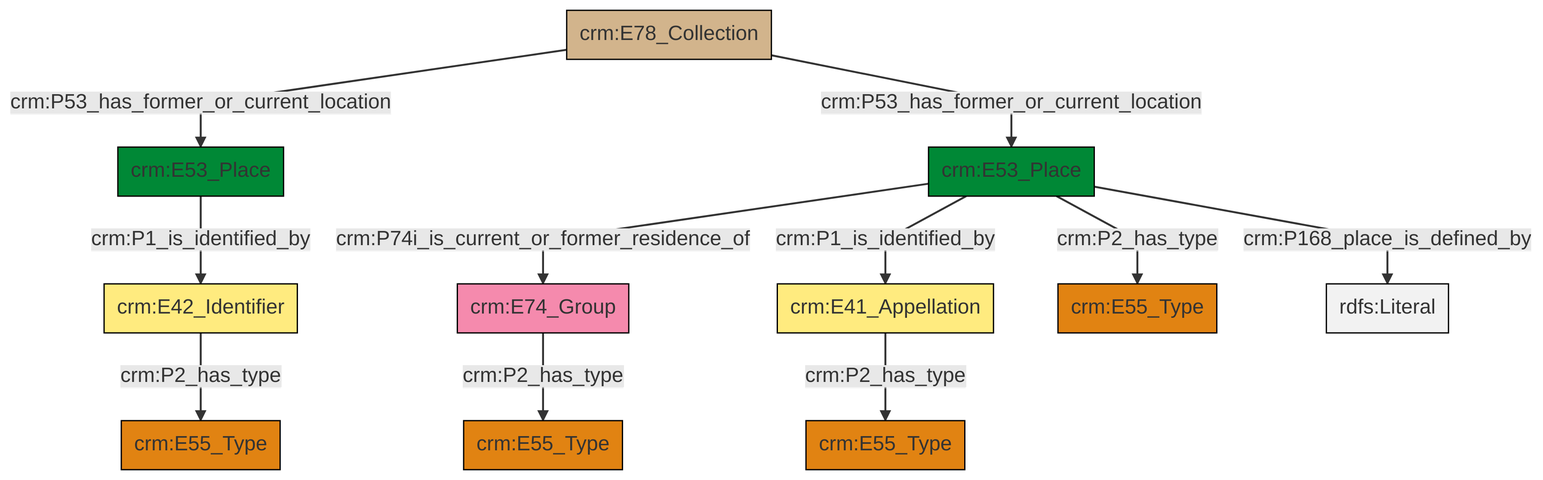
swiss-art-research-net/docs.swissartresearch keeps this Mermaid diagram as et/archivalCSV/ttl/mmd/png/archival_location.png. Above is the earlier version. Its source is kept beside it as et/archivalCSV/ttl/mmd/archival_location.ttl.mmd.
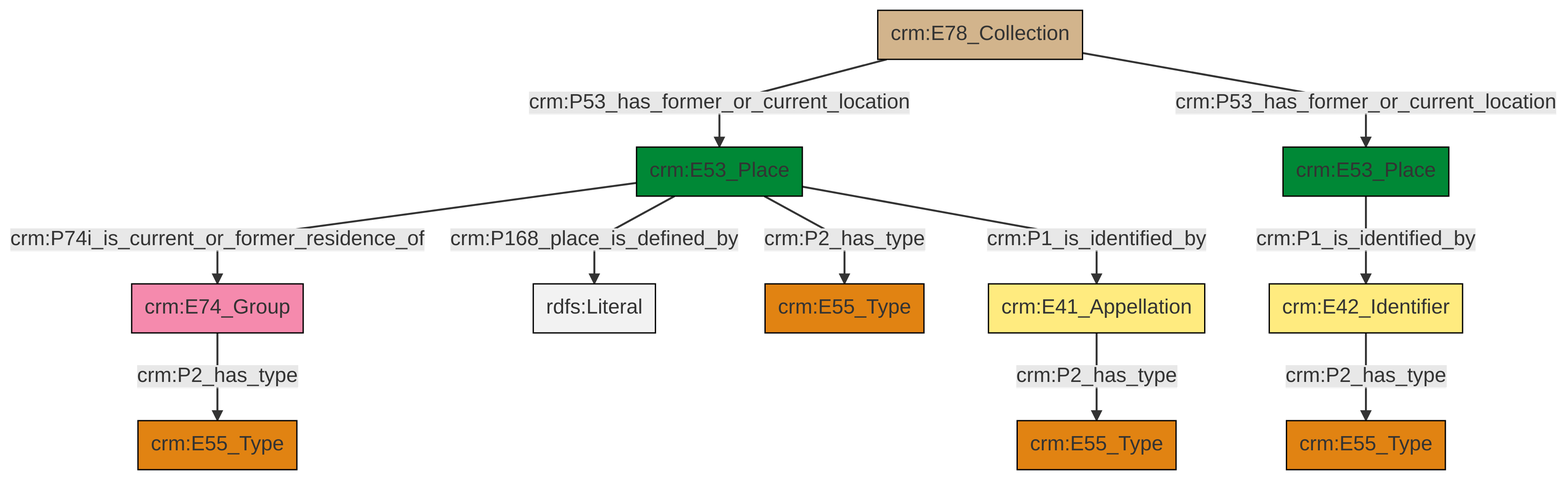
After the commit.

Change to the diagram source:
```diff
@@ -14,12 +14,12 @@
 classDef Multi fill:#cccccc,stroke:#000000;
 
 0["crm:E53_Place"]:::Place -->|crm:P74i_is_current_or_former_residence_of| 1["crm:E74_Group"]:::Actor
-6["crm:E53_Place"]:::Place -->|crm:P1_is_identified_by| 7["crm:E42_Identifier"]:::Appellation
-0["crm:E53_Place"]:::Place -->|crm:P1_is_identified_by| 2["crm:E41_Appellation"]:::Appellation
-2["crm:E41_Appellation"]:::Appellation -->|crm:P2_has_type| 4["crm:E55_Type"]:::Type
-0["crm:E53_Place"]:::Place -->|crm:P2_has_type| 8["crm:E55_Type"]:::Type
-15["crm:E78_Collection"]:::Physical_Thing -->|crm:P53_has_former_or_current_location| 6["crm:E53_Place"]:::Place
-0["crm:E53_Place"]:::Place -->|crm:P168_place_is_defined_by| 16[rdfs:Literal]:::Literal
-7["crm:E42_Identifier"]:::Appellation -->|crm:P2_has_type| 11["crm:E55_Type"]:::Type
-15["crm:E78_Collection"]:::Physical_Thing -->|crm:P53_has_former_or_current_location| 0["crm:E53_Place"]:::Place
-1["crm:E74_Group"]:::Actor -->|crm:P2_has_type| 20["crm:E55_Type"]:::Type
+6["crm:E42_Identifier"]:::Appellation -->|crm:P2_has_type| 7["crm:E55_Type"]:::Type
+4["crm:E53_Place"]:::Place -->|crm:P1_is_identified_by| 6["crm:E42_Identifier"]:::Appellation
+12["crm:E41_Appellation"]:::Appellation -->|crm:P2_has_type| 9["crm:E55_Type"]:::Type
+1["crm:E74_Group"]:::Actor -->|crm:P2_has_type| 13["crm:E55_Type"]:::Type
+20["crm:E78_Collection"]:::Physical_Thing -->|crm:P53_has_former_or_current_location| 0["crm:E53_Place"]:::Place
+0["crm:E53_Place"]:::Place -->|crm:P168_place_is_defined_by| 21[rdfs:Literal]:::Literal
+0["crm:E53_Place"]:::Place -->|crm:P2_has_type| 2["crm:E55_Type"]:::Type
+0["crm:E53_Place"]:::Place -->|crm:P1_is_identified_by| 12["crm:E41_Appellation"]:::Appellation
+20["crm:E78_Collection"]:::Physical_Thing -->|crm:P53_has_former_or_current_location| 4["crm:E53_Place"]:::Place
```
